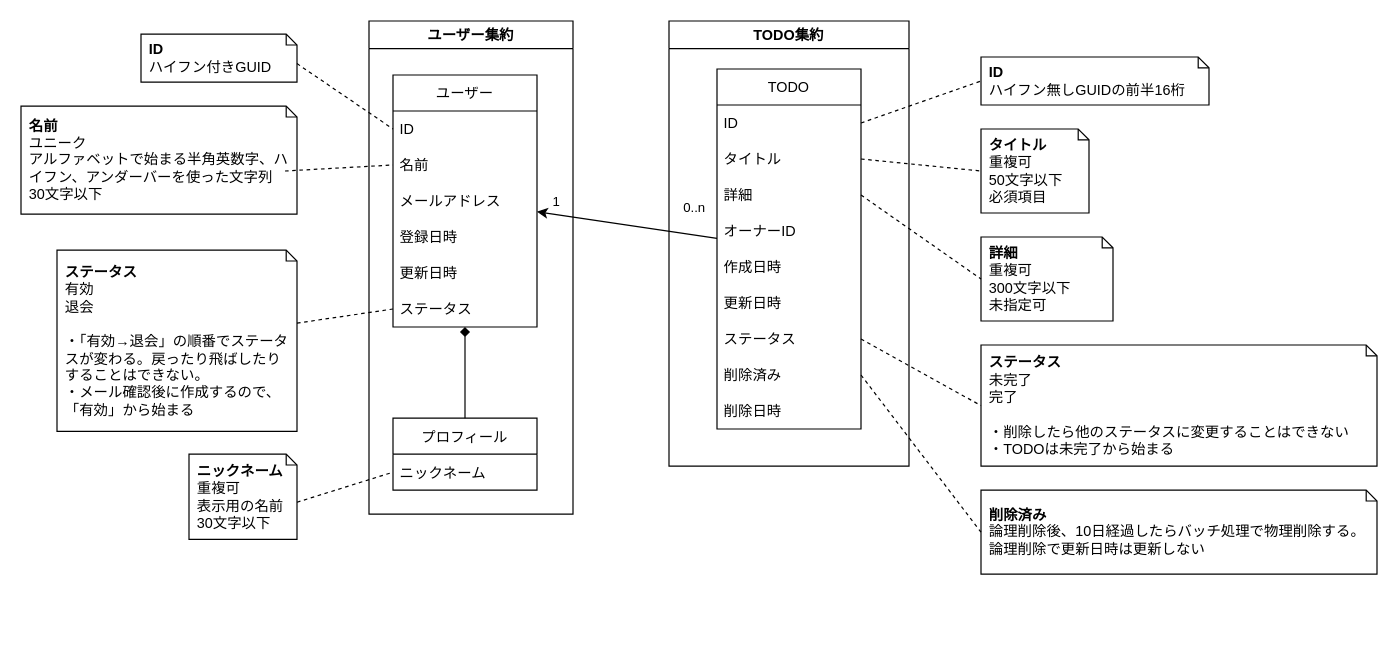
Before: page "ドメインモデル図" (4 of 5) of docs/ToDo管理システム.drawio in tatsuteb/todo-management-system, a draw.io diagram. Source tidied: cells renumbered, new cells numbered last; positions are measured from the earlier drawing's top-left corner, leaving out a move shared by most shapes. Both pictures are drawn from the tidied source at 120%, with x=0, y=0 at pixel (20, 20).
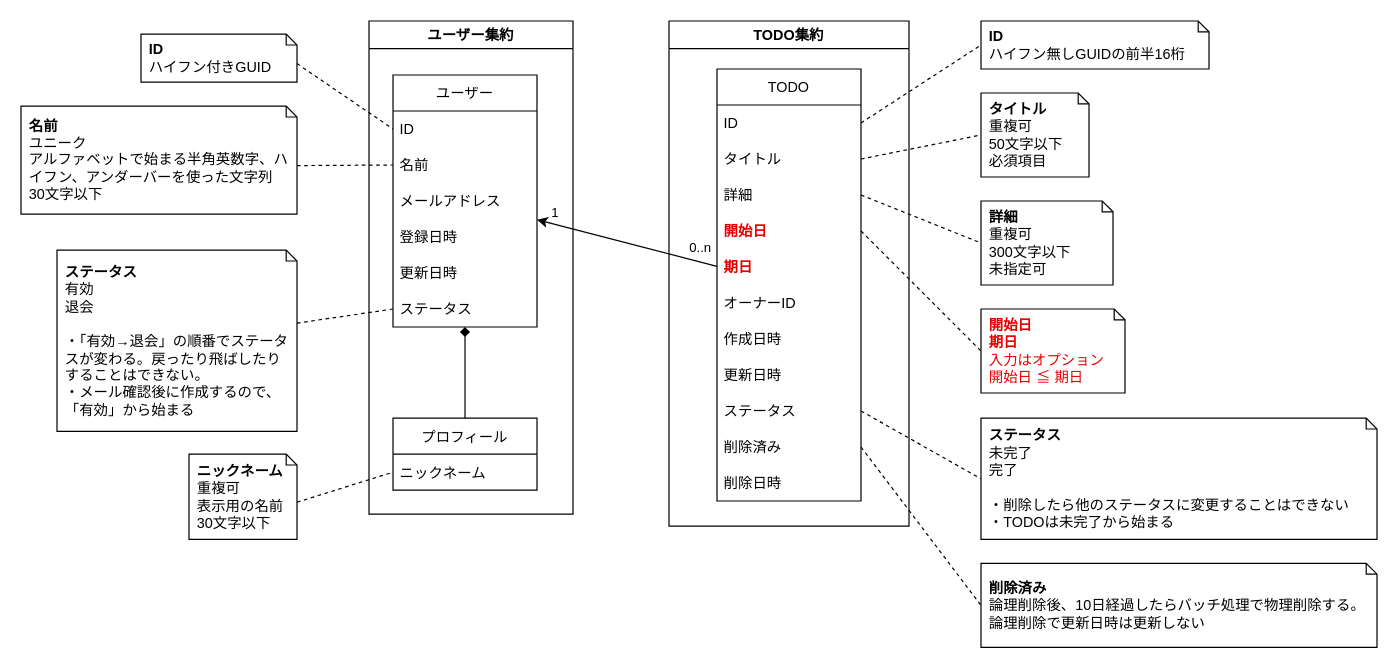
After the change.

The change refers to these unchanged cells:
```xml
<mxCell id="13" style="edgeStyle=none;rounded=0;jettySize=auto;html=1;endArrow=classic;endFill=1;" parent="1" edge="1" source="3" target="33">
  <mxGeometry relative="1" as="geometry" />
</mxCell>
<mxCell id="18" value="&lt;b&gt;名前&lt;/b&gt;&lt;br&gt;ユニーク&lt;br&gt;アルファベットで始まる半角英数字、ハイフン、アンダーバーを使った文字列&lt;br&gt;30文字以下" style="shape=note;size=9;whiteSpace=wrap;html=1;align=left;spacingLeft=5;spacingRight=5;fillColor=none;" parent="1" vertex="1">
  <mxGeometry y="71" width="230" height="90" as="geometry" />
</mxCell>
<mxCell id="35" value="名前" style="text;strokeColor=none;fillColor=none;align=left;verticalAlign=middle;spacingLeft=4;spacingRight=4;overflow=hidden;points=[[0,0.5],[1,0.5]];portConstraint=eastwest;" parent="33" vertex="1">
  <mxGeometry y="60" width="120" height="30" as="geometry" />
</mxCell>
```

Change to the diagram source:
```diff
@@
     <mxCell id="2" value="TODO集約" style="swimlane;fillColor=none;" parent="1" vertex="1">
-      <mxGeometry x="540" width="200" height="371" as="geometry" />
+      <mxGeometry x="540" width="200" height="421" as="geometry" />
     </mxCell>
     <mxCell id="3" value="TODO" style="swimlane;fontStyle=0;horizontal=1;startSize=30;fillColor=none;" parent="2" vertex="1">
-      <mxGeometry x="40" y="40" width="120" height="300" as="geometry" />
+      <mxGeometry x="40" y="40" width="120" height="360" as="geometry" />
     </mxCell>
@@
+    <mxCell id="45" value="開始日" style="text;strokeColor=none;fillColor=none;align=left;verticalAlign=middle;spacingLeft=4;spacingRight=4;overflow=hidden;points=[[0,0.5],[1,0.5]];portConstraint=eastwest;fontColor=#E60000;fontStyle=1;" parent="3" vertex="1">
+      <mxGeometry y="120" width="120" height="30" as="geometry" />
+    </mxCell>
+    <mxCell id="46" value="期日" style="text;strokeColor=none;fillColor=none;align=left;verticalAlign=middle;spacingLeft=4;spacingRight=4;overflow=hidden;fontColor=#E60000;fontStyle=1;" parent="3" vertex="1">
+      <mxGeometry y="150" width="120" height="30" as="geometry" />
+    </mxCell>
     <mxCell id="7" value="オーナーID" style="text;strokeColor=none;fillColor=none;align=left;verticalAlign=middle;spacingLeft=4;spacingRight=4;overflow=hidden;" parent="3" vertex="1">
-      <mxGeometry y="120" width="120" height="30" as="geometry" />
+      <mxGeometry y="180" width="120" height="30" as="geometry" />
     </mxCell>
     <mxCell id="8" value="作成日時" style="text;strokeColor=none;fillColor=none;align=left;verticalAlign=middle;spacingLeft=4;spacingRight=4;overflow=hidden;" parent="3" vertex="1">
-      <mxGeometry y="150" width="120" height="30" as="geometry" />
+      <mxGeometry y="210" width="120" height="30" as="geometry" />
     </mxCell>
     <mxCell id="9" value="更新日時" style="text;strokeColor=none;fillColor=none;align=left;verticalAlign=middle;spacingLeft=4;spacingRight=4;overflow=hidden;" parent="3" vertex="1">
-      <mxGeometry y="180" width="120" height="30" as="geometry" />
+      <mxGeometry y="240" width="120" height="30" as="geometry" />
     </mxCell>
     <mxCell id="10" value="ステータス" style="text;strokeColor=none;fillColor=none;align=left;verticalAlign=middle;spacingLeft=4;spacingRight=4;overflow=hidden;points=[[0,0.5],[1,0.5]];portConstraint=eastwest;" parent="3" vertex="1">
-      <mxGeometry y="210" width="120" height="30" as="geometry" />
+      <mxGeometry y="270" width="120" height="30" as="geometry" />
     </mxCell>
     <mxCell id="11" value="削除済み" style="text;strokeColor=none;fillColor=none;align=left;verticalAlign=middle;spacingLeft=4;spacingRight=4;overflow=hidden;points=[[0,0.5],[1,0.5]];portConstraint=eastwest;" parent="3" vertex="1">
-      <mxGeometry y="240" width="120" height="30" as="geometry" />
+      <mxGeometry y="300" width="120" height="30" as="geometry" />
     </mxCell>
     <mxCell id="12" value="削除日時" style="text;strokeColor=none;fillColor=none;align=left;verticalAlign=middle;spacingLeft=4;spacingRight=4;overflow=hidden;" parent="3" vertex="1">
-      <mxGeometry y="270" width="120" height="30" as="geometry" />
+      <mxGeometry y="330" width="120" height="30" as="geometry" />
     </mxCell>
@@
     <mxCell id="15" value="0..n" style="edgeLabel;html=1;align=center;verticalAlign=middle;" parent="13" vertex="1">
       <mxGeometry x="0.69" y="1" relative="1" as="geometry">
-        <mxPoint x="107" y="-8" as="offset" />
+        <mxPoint x="113" y="16" as="offset" />
       </mxGeometry>
     </mxCell>
@@
-    <mxCell id="19" style="edgeStyle=none;rounded=0;jettySize=auto;html=1;endArrow=none;endFill=0;dashed=1;entryX=0;entryY=0.5;entryDx=0;entryDy=0;exitX=0;exitY=0;exitDx=220;exitDy=54;exitPerimeter=0;" parent="1" edge="1" source="18" target="35">
+    <mxCell id="19" style="edgeStyle=none;rounded=0;jettySize=auto;html=1;endArrow=none;endFill=0;dashed=1;entryX=0;entryY=0.5;entryDx=0;entryDy=0;exitX=0;exitY=0;exitDx=230;exitDy=49.5;exitPerimeter=0;" parent="1" edge="1" source="18" target="35">
       <mxGeometry relative="1" as="geometry" />
     </mxCell>
@@
     <mxCell id="22" value="&lt;b&gt;タイトル&lt;/b&gt;&lt;br&gt;重複可&lt;br&gt;50文字以下&lt;br&gt;必須項目" style="shape=note;size=9;whiteSpace=wrap;html=1;align=left;spacingLeft=5;spacingRight=5;fillColor=none;" parent="1" vertex="1">
-      <mxGeometry x="800" y="90" width="90" height="70" as="geometry" />
+      <mxGeometry x="800" y="60" width="90" height="70" as="geometry" />
     </mxCell>
     <mxCell id="23" value="&lt;b&gt;詳細&lt;/b&gt;&lt;br&gt;重複可&lt;br&gt;300文字以下&lt;br&gt;未指定可" style="shape=note;size=9;whiteSpace=wrap;html=1;align=left;spacingLeft=5;spacingRight=5;fillColor=none;" parent="1" vertex="1">
-      <mxGeometry x="800" y="180" width="110" height="70" as="geometry" />
+      <mxGeometry x="800" y="150" width="110" height="70" as="geometry" />
     </mxCell>
     <mxCell id="24" value="&lt;b&gt;ステータス&lt;br&gt;&lt;/b&gt;未完了&lt;br&gt;完了&lt;br&gt;&lt;br&gt;・削除したら他のステータスに変更することはできない&lt;br&gt;・TODOは未完了から始まる" style="shape=note;size=9;whiteSpace=wrap;html=1;align=left;spacingLeft=5;spacingRight=5;fillColor=none;" parent="1" vertex="1">
-      <mxGeometry x="800" y="270" width="330" height="101" as="geometry" />
+      <mxGeometry x="800" y="331" width="330" height="101" as="geometry" />
     </mxCell>
@@
     <mxCell id="30" value="&lt;b&gt;ID&lt;/b&gt;&lt;br&gt;ハイフン無しGUIDの前半16桁" style="shape=note;size=9;whiteSpace=wrap;html=1;align=left;spacingLeft=5;spacingRight=5;fillColor=none;" parent="1" vertex="1">
-      <mxGeometry x="800" y="30" width="190" height="40" as="geometry" />
+      <mxGeometry x="800" width="190" height="40" as="geometry" />
     </mxCell>
@@
     <mxCell id="43" value="&lt;b&gt;削除済み&lt;br&gt;&lt;/b&gt;論理削除後、10日経過したらバッチ処理で物理削除する。&lt;br&gt;論理削除で更新日時は更新しない" style="shape=note;size=9;whiteSpace=wrap;html=1;align=left;spacingLeft=5;spacingRight=5;fillColor=none;" parent="1" vertex="1">
-      <mxGeometry x="800" y="391" width="330" height="70" as="geometry" />
+      <mxGeometry x="800" y="452" width="330" height="70" as="geometry" />
     </mxCell>
@@
+    <mxCell id="47" value="&lt;b&gt;開始日&lt;/b&gt;&lt;br&gt;&lt;b&gt;期日&lt;/b&gt;&lt;br&gt;入力はオプション&lt;br&gt;開始日 ≦ 期日" style="shape=note;size=9;whiteSpace=wrap;html=1;align=left;spacingLeft=5;spacingRight=5;fillColor=none;fontColor=#E60000;" parent="1" vertex="1">
+      <mxGeometry x="800" y="240" width="120" height="70" as="geometry" />
+    </mxCell>
+    <mxCell id="48" style="edgeStyle=none;rounded=0;jettySize=auto;html=1;endArrow=none;endFill=0;dashed=1;exitX=1;exitY=0.5;exitDx=0;exitDy=0;entryX=0;entryY=0.5;entryDx=0;entryDy=0;entryPerimeter=0;" parent="1" edge="1" source="45" target="47">
+      <mxGeometry relative="1" as="geometry" />
+    </mxCell>
```
